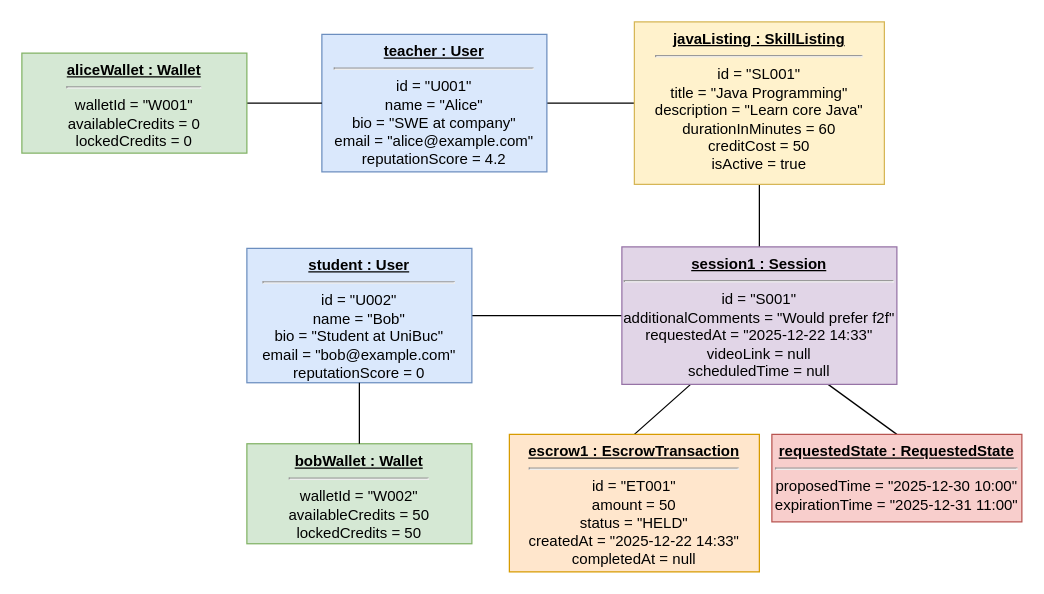
The draw.io diagram SkillListing Request Feature/Object Diagram SkillListing.drawio in snichita817/SkillForge, before the edit. Source tidied: cells renumbered, new cells numbered last; positions are measured from the earlier drawing's top-left corner, leaving out a move shared by most shapes. Both pictures are drawn from the tidied source at 125%, with x=0, y=0 at pixel (21, 21).
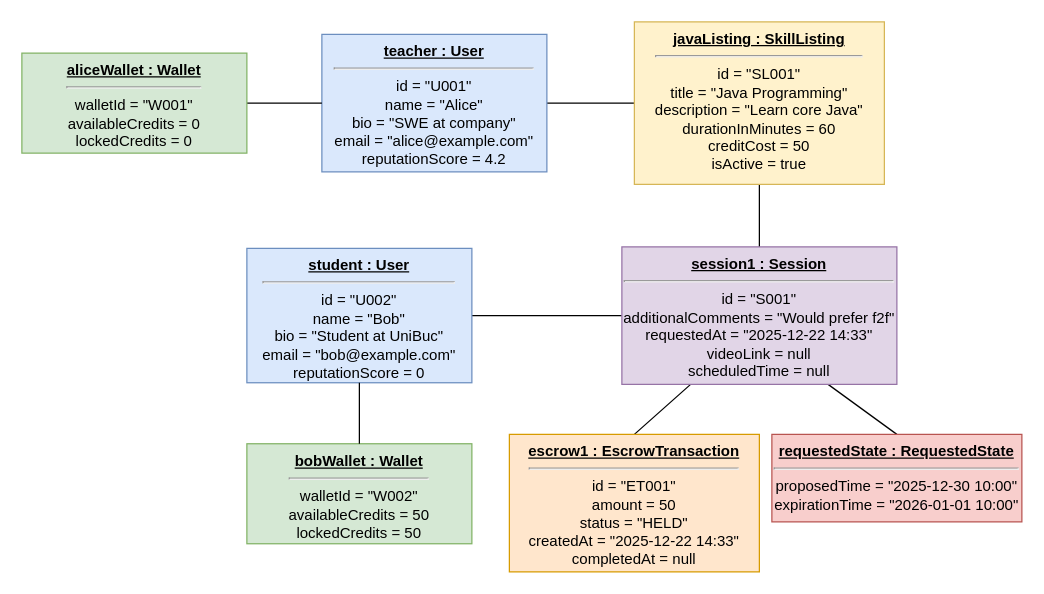
After the change.

Diff of the diagram source:
```diff
@@
 <mxGraphModel>
   <root>
     <mxCell id="0" />
     <mxCell id="1" parent="0" />
     <mxCell id="2" style="edgeStyle=orthogonalEdgeStyle;rounded=0;jettySize=auto;html=1;exitX=0;exitY=0.5;exitDx=0;exitDy=0;endArrow=none;endFill=0;entryX=1;entryY=0.5;entryDx=0;entryDy=0;" parent="1" edge="1" source="4" target="5">
       <mxGeometry relative="1" as="geometry" />
     </mxCell>
     <mxCell id="3" style="edgeStyle=orthogonalEdgeStyle;rounded=0;jettySize=auto;html=1;exitX=0.5;exitY=1;exitDx=0;exitDy=0;entryX=0.5;entryY=0;entryDx=0;entryDy=0;endArrow=none;endFill=0;" parent="1" edge="1" source="4" target="9">
       <mxGeometry relative="1" as="geometry" />
     </mxCell>
     <mxCell id="4" value="&lt;b&gt;&lt;u&gt;javaListing : SkillListing&lt;/u&gt;&lt;/b&gt;&lt;hr&gt;id = &quot;SL001&quot;&lt;br&gt;title = &quot;Java Programming&quot;&lt;br&gt;&lt;div&gt;description = &quot;Learn core Java&quot;&lt;/div&gt;&lt;div&gt;durationInMinutes = 60&lt;/div&gt;&lt;div&gt;creditCost = 50&lt;/div&gt;&lt;div&gt;isActive = true&lt;/div&gt;" style="rounded=0;whiteSpace=wrap;html=1;align=center;verticalAlign=top;fillColor=#fff2cc;strokeColor=#d6b656;" parent="1" vertex="1">
       <mxGeometry x="490" width="200" height="130" as="geometry" />
     </mxCell>
     <mxCell id="5" value="&lt;b&gt;&lt;u&gt;teacher : User&lt;/u&gt;&lt;/b&gt;&lt;hr&gt;id = &quot;U001&quot;&lt;br&gt;name = &quot;Alice&quot;&lt;div&gt;&lt;font color=&quot;#000000&quot;&gt;bio = &quot;SWE at company&quot;&lt;br&gt;&lt;/font&gt;&lt;div&gt;email = &quot;alice@example.com&quot;&lt;div&gt;reputationScore = 4.2&lt;/div&gt;&lt;/div&gt;&lt;/div&gt;" style="rounded=0;whiteSpace=wrap;html=1;align=center;verticalAlign=top;fillColor=#dae8fc;strokeColor=#6c8ebf;" parent="1" vertex="1">
       <mxGeometry x="240" y="10" width="180" height="110" as="geometry" />
     </mxCell>
     <mxCell id="6" style="edgeStyle=orthogonalEdgeStyle;rounded=0;jettySize=auto;html=1;exitX=0;exitY=0.5;exitDx=0;exitDy=0;entryX=1;entryY=0.5;entryDx=0;entryDy=0;endArrow=none;endFill=0;" parent="1" edge="1" source="9" target="10">
       <mxGeometry relative="1" as="geometry" />
     </mxCell>
     <mxCell id="7" style="edgeStyle=none;html=1;exitX=0.75;exitY=1;exitDx=0;exitDy=0;entryX=0.5;entryY=0;entryDx=0;entryDy=0;endArrow=none;endFill=0;" parent="1" edge="1" source="9" target="12">
       <mxGeometry relative="1" as="geometry" />
     </mxCell>
     <mxCell id="8" style="edgeStyle=none;html=1;exitX=0.25;exitY=1;exitDx=0;exitDy=0;entryX=0.5;entryY=0;entryDx=0;entryDy=0;endArrow=none;endFill=0;" parent="1" edge="1" source="9" target="11">
       <mxGeometry relative="1" as="geometry" />
     </mxCell>
     <mxCell id="9" value="&lt;b&gt;&lt;u&gt;session1 : Session&lt;/u&gt;&lt;/b&gt;&lt;hr&gt;id = &quot;S001&quot;&lt;div&gt;&lt;font color=&quot;#000000&quot;&gt;additionalComments = &quot;Would prefer f2f&quot;&lt;br&gt;&lt;/font&gt;&lt;div&gt;requestedAt = &quot;2025-12-22 14:33&quot;&lt;/div&gt;&lt;div&gt;videoLink = null&lt;/div&gt;&lt;/div&gt;&lt;div&gt;scheduledTime = null&lt;/div&gt;" style="rounded=0;whiteSpace=wrap;html=1;align=center;verticalAlign=top;fillColor=#e1d5e7;strokeColor=#9673a6;" parent="1" vertex="1">
       <mxGeometry x="480" y="180" width="220" height="110" as="geometry" />
     </mxCell>
     <mxCell id="10" value="&lt;b&gt;&lt;u&gt;student : User&lt;/u&gt;&lt;/b&gt;&lt;hr&gt;id = &quot;U002&quot;&lt;br&gt;name = &quot;Bob&quot;&lt;div&gt;&lt;font color=&quot;#000000&quot;&gt;bio = &quot;Student at UniBuc&quot;&lt;br&gt;&lt;/font&gt;email = &quot;bob@example.com&quot;&lt;div&gt;reputationScore = 0&lt;/div&gt;&lt;/div&gt;" style="rounded=0;whiteSpace=wrap;html=1;align=center;verticalAlign=top;fillColor=#dae8fc;strokeColor=#6c8ebf;" parent="1" vertex="1">
       <mxGeometry x="180" y="181.2" width="180" height="107.5" as="geometry" />
     </mxCell>
     <mxCell id="11" value="&lt;b&gt;&lt;u&gt;escrow1 : EscrowTransaction&lt;/u&gt;&lt;/b&gt;&lt;hr&gt;id = &quot;ET001&quot;&lt;br&gt;&lt;div&gt;amount = 50&lt;br&gt;status = &quot;HELD&quot;&lt;/div&gt;&lt;div&gt;createdAt = &quot;2025-12-22 14:33&quot;&lt;/div&gt;&lt;div&gt;completedAt = null&lt;/div&gt;" style="rounded=0;whiteSpace=wrap;html=1;align=center;verticalAlign=top;fillColor=#ffe6cc;strokeColor=#d79b00;" parent="1" vertex="1">
       <mxGeometry x="390" y="330" width="200" height="110" as="geometry" />
     </mxCell>
-    <mxCell id="12" value="&lt;b&gt;&lt;u&gt;requestedState : RequestedState&lt;/u&gt;&lt;/b&gt;&lt;hr&gt;&lt;div&gt;proposedTime = &quot;2025-12-30 10:00&quot;&lt;/div&gt;&lt;div&gt;expirationTime = &quot;2025-12-31 11:00&quot;&lt;/div&gt;" style="rounded=0;whiteSpace=wrap;html=1;align=center;verticalAlign=top;fillColor=#f8cecc;strokeColor=#b85450;" parent="1" vertex="1">
+    <mxCell id="12" value="&lt;b&gt;&lt;u&gt;requestedState : RequestedState&lt;/u&gt;&lt;/b&gt;&lt;hr&gt;&lt;div&gt;proposedTime = &quot;2025-12-30 10:00&quot;&lt;/div&gt;&lt;div&gt;expirationTime = &quot;2026-01-01 10:00&quot;&lt;/div&gt;" style="rounded=0;whiteSpace=wrap;html=1;align=center;verticalAlign=top;fillColor=#f8cecc;strokeColor=#b85450;" parent="1" vertex="1">
       <mxGeometry x="600" y="330" width="200" height="70" as="geometry" />
     </mxCell>
     <mxCell id="13" value="&lt;b&gt;&lt;u&gt;bobWallet : Wallet&lt;/u&gt;&lt;/b&gt;&lt;hr&gt;walletId = &quot;W002&quot;&lt;br&gt;availableCredits = 50&lt;br&gt;lockedCredits = 50" style="rounded=0;whiteSpace=wrap;html=1;align=center;verticalAlign=top;fillColor=#d5e8d4;strokeColor=#82b366;" parent="1" vertex="1">
       <mxGeometry x="180" y="337.5" width="180" height="80" as="geometry" />
     </mxCell>
     <mxCell id="14" style="edgeStyle=orthogonalEdgeStyle;rounded=0;jettySize=auto;html=1;exitX=0.5;exitY=1;exitDx=0;exitDy=0;entryX=0.5;entryY=0;entryDx=0;entryDy=0;endArrow=none;endFill=0;" parent="1" edge="1" source="10" target="13">
       <mxGeometry relative="1" as="geometry" />
     </mxCell>
     <mxCell id="15" style="edgeStyle=orthogonalEdgeStyle;rounded=0;jettySize=auto;html=1;exitX=1;exitY=0.5;exitDx=0;exitDy=0;entryX=0;entryY=0.5;entryDx=0;entryDy=0;endArrow=none;endFill=0;" parent="1" edge="1" source="16" target="5">
       <mxGeometry relative="1" as="geometry" />
     </mxCell>
     <mxCell id="16" value="&lt;b&gt;&lt;u&gt;aliceWallet : Wallet&lt;/u&gt;&lt;/b&gt;&lt;hr&gt;walletId = &quot;W001&quot;&lt;br&gt;availableCredits = 0&lt;br&gt;lockedCredits = 0" style="rounded=0;whiteSpace=wrap;html=1;align=center;verticalAlign=top;fillColor=#d5e8d4;strokeColor=#82b366;" parent="1" vertex="1">
       <mxGeometry y="25" width="180" height="80" as="geometry" />
     </mxCell>
   </root>
 </mxGraphModel>
```
